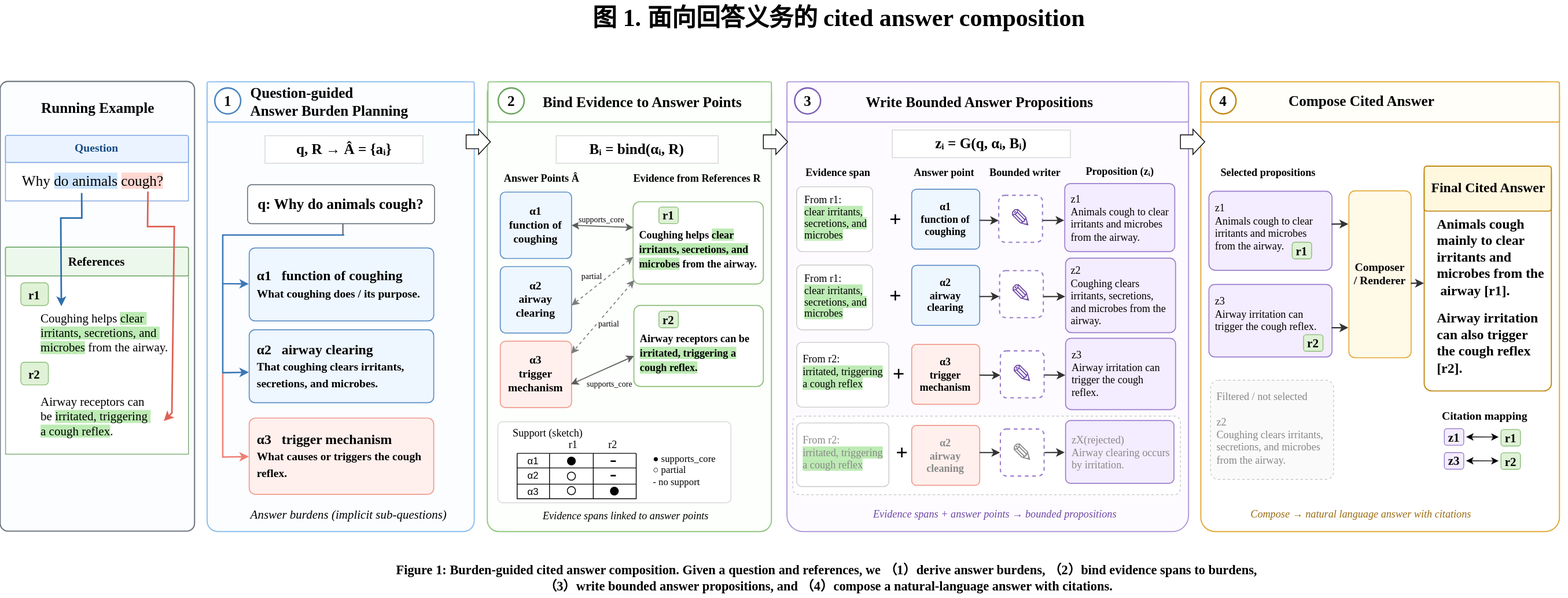
Earlier version of the draw.io export 7.22小论文方法逻辑图.drawio.svg (handsome-tony/picture). Source tidied: cells renumbered, new cells last; positions are measured from the earlier drawing's top-left corner, leaving out a move shared by most shapes.
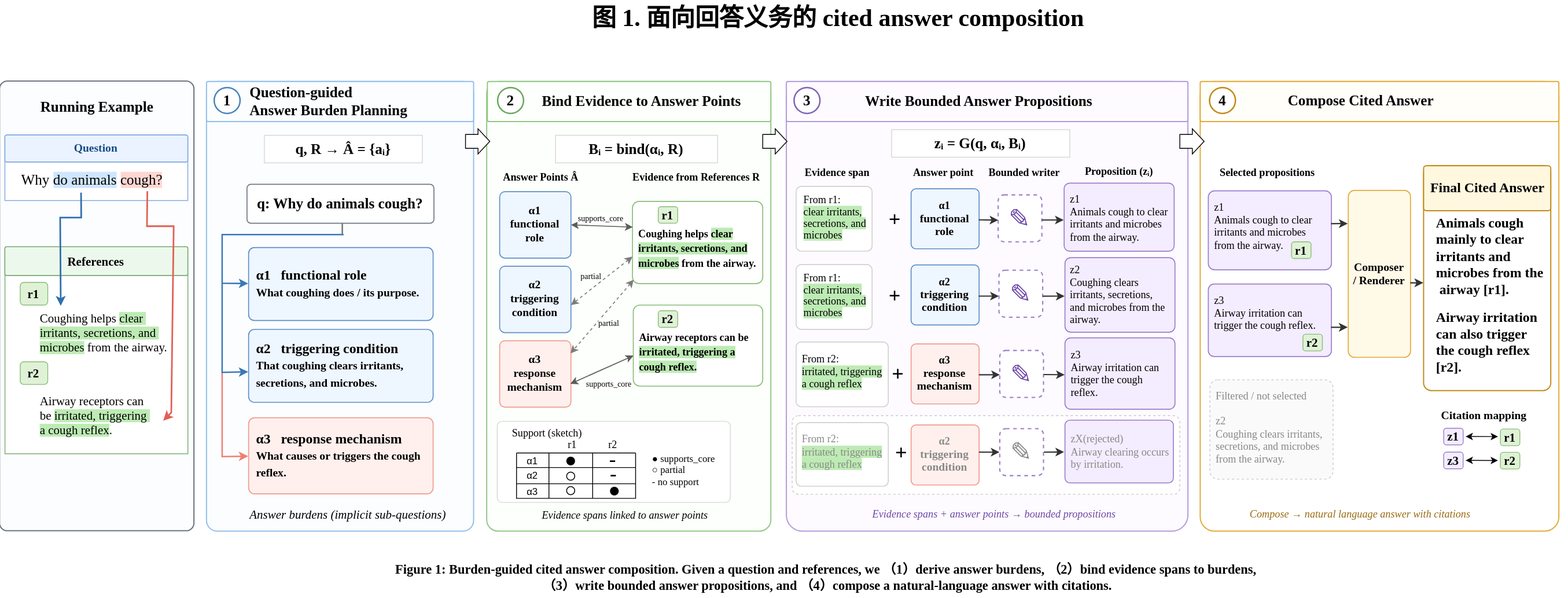
The same diagram one commit later.

Commit message:
更新7.22小论文方法逻辑图.drawio.svg

Diff of the diagram source:
```diff
@@ -87,13 +87,13 @@
     <mxCell id="25" value="q: Why do animals cough?" style="rounded=1;whiteSpace=wrap;html=1;arcSize=10;fillColor=#ffffff;strokeColor=#6f7780;strokeWidth=1.2;fontFamily=Times New Roman;fontSize=18;fontStyle=1;" parent="1" vertex="1">
       <mxGeometry x="305.2" y="227.5" width="230.8" height="48" as="geometry" />
     </mxCell>
-    <mxCell id="26" value="α1&amp;nbsp;&amp;nbsp; function of coughing&lt;br&gt;&lt;font style=&quot;font-size:14px&quot;&gt;What coughing does / its purpose.&lt;/font&gt;" style="rounded=1;whiteSpace=wrap;html=1;arcSize=8;fillColor=#eef6ff;strokeColor=#5d8ec7;strokeWidth=1.2;align=left;verticalAlign=middle;fontFamily=Times New Roman;fontSize=17;fontStyle=1;spacing=10;" parent="1" vertex="1">
+    <mxCell id="26" value="α1&amp;nbsp;&amp;nbsp; functional role&lt;br&gt;&lt;font style=&quot;font-size:14px&quot;&gt;What coughing does / its purpose.&lt;/font&gt;" style="rounded=1;whiteSpace=wrap;html=1;arcSize=8;fillColor=#eef6ff;strokeColor=#5d8ec7;strokeWidth=1.2;align=left;verticalAlign=middle;fontFamily=Times New Roman;fontSize=17;fontStyle=1;spacing=10;" parent="1" vertex="1">
       <mxGeometry x="307.2" y="305.5" width="227.8" height="90" as="geometry" />
     </mxCell>
-    <mxCell id="27" value="α2&amp;nbsp;&amp;nbsp; airway clearing&lt;br&gt;&lt;font style=&quot;font-size:14px&quot;&gt;That coughing clears irritants, secretions, and microbes.&lt;/font&gt;" style="rounded=1;whiteSpace=wrap;html=1;arcSize=8;fillColor=#eef6ff;strokeColor=#5d8ec7;strokeWidth=1.2;align=left;verticalAlign=middle;fontFamily=Times New Roman;fontSize=17;fontStyle=1;spacing=10;" parent="1" vertex="1">
+    <mxCell id="27" value="α2&amp;nbsp; &amp;nbsp;triggering condition&lt;br&gt;&lt;font style=&quot;font-size:14px&quot;&gt;That coughing clears irritants, secretions, and microbes.&lt;/font&gt;" style="rounded=1;whiteSpace=wrap;html=1;arcSize=8;fillColor=#eef6ff;strokeColor=#5d8ec7;strokeWidth=1.2;align=left;verticalAlign=middle;fontFamily=Times New Roman;fontSize=17;fontStyle=1;spacing=10;" parent="1" vertex="1">
       <mxGeometry x="307.2" y="406.5" width="227.8" height="90" as="geometry" />
     </mxCell>
-    <mxCell id="28" value="α3&amp;nbsp;&amp;nbsp; trigger mechanism&lt;br&gt;&lt;font style=&quot;font-size:14px&quot;&gt;What causes or triggers the cough reflex.&lt;/font&gt;" style="rounded=1;whiteSpace=wrap;html=1;arcSize=8;fillColor=#fff0ed;strokeColor=#f19a8d;strokeWidth=1.2;align=left;verticalAlign=middle;fontFamily=Times New Roman;fontSize=17;fontStyle=1;spacing=10;" parent="1" vertex="1">
+    <mxCell id="28" value="α3&amp;nbsp; &amp;nbsp;response mechanism&lt;br&gt;&lt;font style=&quot;font-size:14px&quot;&gt;What causes or triggers the cough reflex.&lt;/font&gt;" style="rounded=1;whiteSpace=wrap;html=1;arcSize=8;fillColor=#fff0ed;strokeColor=#f19a8d;strokeWidth=1.2;align=left;verticalAlign=middle;fontFamily=Times New Roman;fontSize=17;fontStyle=1;spacing=10;" parent="1" vertex="1">
       <mxGeometry x="307.2" y="515.5" width="227.8" height="94" as="geometry" />
     </mxCell>
     <mxCell id="29" value="&lt;font style=&quot;font-size: 15px;&quot;&gt;Answer burdens (implicit sub-questions)&lt;/font&gt;" style="text;html=1;strokeColor=none;fillColor=none;align=left;verticalAlign=middle;fontFamily=Times New Roman;fontSize=13;fontStyle=2;" parent="1" vertex="1">
@@ -131,13 +131,13 @@
     <mxCell id="37" value="Evidence from References R" style="text;html=1;strokeColor=none;fillColor=none;align=center;verticalAlign=middle;fontFamily=Times New Roman;fontSize=13;fontStyle=1;" parent="1" vertex="1">
       <mxGeometry x="785" y="206.5" width="150" height="24" as="geometry" />
     </mxCell>
-    <mxCell id="38" value="α1&lt;br&gt;function of&lt;br&gt;coughing" style="rounded=1;whiteSpace=wrap;html=1;arcSize=8;fillColor=#eef6ff;strokeColor=#5d8ec7;strokeWidth=1.2;fontFamily=Times New Roman;fontSize=14;fontStyle=1;" parent="1" vertex="1">
+    <mxCell id="38" value="α1&lt;br&gt;functional role" style="rounded=1;whiteSpace=wrap;html=1;arcSize=8;fillColor=#eef6ff;strokeColor=#5d8ec7;strokeWidth=1.2;fontFamily=Times New Roman;fontSize=14;fontStyle=1;" parent="1" vertex="1">
       <mxGeometry x="617.2" y="236.5" width="88" height="82" as="geometry" />
     </mxCell>
-    <mxCell id="39" value="α2&lt;br&gt;airway&lt;br&gt;clearing" style="rounded=1;whiteSpace=wrap;html=1;arcSize=8;fillColor=#eef6ff;strokeColor=#5d8ec7;strokeWidth=1.2;fontFamily=Times New Roman;fontSize=14;fontStyle=1;" parent="1" vertex="1">
+    <mxCell id="39" value="α2&lt;br&gt;triggering condition" style="rounded=1;whiteSpace=wrap;html=1;arcSize=8;fillColor=#eef6ff;strokeColor=#5d8ec7;strokeWidth=1.2;fontFamily=Times New Roman;fontSize=14;fontStyle=1;" parent="1" vertex="1">
       <mxGeometry x="617.2" y="328.5" width="88" height="82" as="geometry" />
     </mxCell>
-    <mxCell id="40" value="α3&lt;br&gt;trigger&lt;br&gt;mechanism" style="rounded=1;whiteSpace=wrap;html=1;arcSize=8;fillColor=#fff0ed;strokeColor=#f19a8d;strokeWidth=1.2;fontFamily=Times New Roman;fontSize=14;fontStyle=1;" parent="1" vertex="1">
+    <mxCell id="40" value="α3&lt;br&gt;response&lt;br&gt;mechanism" style="rounded=1;whiteSpace=wrap;html=1;arcSize=8;fillColor=#fff0ed;strokeColor=#f19a8d;strokeWidth=1.2;fontFamily=Times New Roman;fontSize=14;fontStyle=1;" parent="1" vertex="1">
       <mxGeometry x="617.2" y="420.5" width="88" height="82" as="geometry" />
     </mxCell>
     <mxCell id="41" value="&lt;br&gt;&lt;font style=&quot;font-size:13px&quot;&gt;Coughing helps &lt;font style=&quot;background-color: rgb(189, 235, 180);&quot;&gt;clear irritants, secretions, and microbes&lt;/font&gt; from the airway.&lt;/font&gt;" style="rounded=1;whiteSpace=wrap;html=1;arcSize=8;fillColor=#FFFFFF;strokeColor=#8abc77;strokeWidth=1.2;align=left;verticalAlign=top;fontFamily=Times New Roman;fontSize=15;fontStyle=1;spacing=8;" parent="1" vertex="1">
@@ -195,7 +195,7 @@
     <mxCell id="57" style="rounded=1;whiteSpace=wrap;html=1;arcSize=8;fillColor=#ffffff;strokeColor=#c9c9c9;fontFamily=Times New Roman;fontSize=13;align=left;verticalAlign=top;spacing=8;" parent="1" vertex="1">
       <mxGeometry x="983.2" y="230" width="93.8" height="80" as="geometry" />
     </mxCell>
-    <mxCell id="58" value="α1&lt;br&gt;function of&lt;br&gt;coughing" style="rounded=1;whiteSpace=wrap;html=1;arcSize=8;fillColor=#eef6ff;strokeColor=#5d8ec7;strokeWidth=1.2;fontFamily=Times New Roman;fontSize=13;fontStyle=1;" parent="1" vertex="1">
+    <mxCell id="58" value="α1&lt;br&gt;&lt;span style=&quot;font-size: 14px;&quot;&gt;functional role&lt;/span&gt;" style="rounded=1;whiteSpace=wrap;html=1;arcSize=8;fillColor=#eef6ff;strokeColor=#5d8ec7;strokeWidth=1.2;fontFamily=Times New Roman;fontSize=13;fontStyle=1;" parent="1" vertex="1">
       <mxGeometry x="1125.2" y="233" width="84" height="74" as="geometry" />
     </mxCell>
     <mxCell id="59" value="✎" style="rounded=1;whiteSpace=wrap;html=1;arcSize=14;dashed=1;fillColor=#ffffff;strokeColor=#9b7dcc;strokeWidth=1.5;fontFamily=Arial;fontSize=32;fontColor=#6c46a6;" parent="1" vertex="1">
@@ -204,7 +204,7 @@
     <mxCell id="60" style="rounded=1;whiteSpace=wrap;html=1;arcSize=8;fillColor=#f4ecff;strokeColor=#9b7dcc;strokeWidth=1.2;align=left;verticalAlign=top;fontFamily=Times New Roman;fontSize=13;spacing=8;" parent="1" vertex="1">
       <mxGeometry x="1314.2" y="226" width="135.8" height="84" as="geometry" />
     </mxCell>
-    <mxCell id="61" value="α2&lt;br&gt;airway&lt;br&gt;clearing" style="rounded=1;whiteSpace=wrap;html=1;arcSize=8;fillColor=#eef6ff;strokeColor=#5d8ec7;strokeWidth=1.2;fontFamily=Times New Roman;fontSize=13;fontStyle=1;" parent="1" vertex="1">
+    <mxCell id="61" value="α2&lt;br&gt;&lt;span style=&quot;font-size: 14px;&quot;&gt;triggering condition&lt;/span&gt;" style="rounded=1;whiteSpace=wrap;html=1;arcSize=8;fillColor=#eef6ff;strokeColor=#5d8ec7;strokeWidth=1.2;fontFamily=Times New Roman;fontSize=13;fontStyle=1;" parent="1" vertex="1">
       <mxGeometry x="1125.2" y="327" width="84" height="74" as="geometry" />
     </mxCell>
     <mxCell id="62" value="✎" style="rounded=1;whiteSpace=wrap;html=1;arcSize=14;dashed=1;fillColor=#ffffff;strokeColor=#9b7dcc;strokeWidth=1.5;fontFamily=Arial;fontSize=32;fontColor=#6c46a6;" parent="1" vertex="1">
@@ -216,7 +216,7 @@
     <mxCell id="64" value="From r2:&lt;br&gt;&lt;font style=&quot;background-color:#bdebb4&quot;&gt;irritated, triggering&lt;br&gt;a cough reflex&lt;/font&gt;" style="rounded=1;whiteSpace=wrap;html=1;arcSize=8;fillColor=#ffffff;strokeColor=#c9c9c9;fontFamily=Times New Roman;fontSize=13;align=left;verticalAlign=top;spacing=8;" parent="1" vertex="1">
       <mxGeometry x="983.2" y="422" width="113.8" height="80" as="geometry" />
     </mxCell>
-    <mxCell id="65" value="α3&lt;br&gt;trigger&lt;br&gt;mechanism" style="rounded=1;whiteSpace=wrap;html=1;arcSize=8;fillColor=#fff0ed;strokeColor=#f19a8d;strokeWidth=1.2;fontFamily=Times New Roman;fontSize=13;fontStyle=1;" parent="1" vertex="1">
+    <mxCell id="65" value="α3&lt;br&gt;&lt;span style=&quot;font-size: 14px;&quot;&gt;response&lt;/span&gt;&lt;br style=&quot;font-size: 14px;&quot;&gt;&lt;span style=&quot;font-size: 14px;&quot;&gt;mechanism&lt;/span&gt;" style="rounded=1;whiteSpace=wrap;html=1;arcSize=8;fillColor=#fff0ed;strokeColor=#f19a8d;strokeWidth=1.2;fontFamily=Times New Roman;fontSize=13;fontStyle=1;" parent="1" vertex="1">
       <mxGeometry x="1125.2" y="424.5" width="84" height="74" as="geometry" />
     </mxCell>
     <mxCell id="66" value="✎" style="rounded=1;whiteSpace=wrap;html=1;arcSize=14;dashed=1;fillColor=#ffffff;strokeColor=#9b7dcc;strokeWidth=1.5;fontFamily=Arial;fontSize=32;fontColor=#6c46a6;" parent="1" vertex="1">
@@ -402,7 +402,7 @@
     <mxCell id="120" value="&lt;span style=&quot;color: rgb(0, 0, 0); font-family: &amp;quot;Times New Roman&amp;quot;; font-style: normal; font-variant-ligatures: normal; font-variant-caps: normal; font-weight: 400; letter-spacing: normal; orphans: 2; text-align: center; text-indent: 0px; text-transform: none; widows: 2; word-spacing: 0px; -webkit-text-stroke-width: 0px; white-space: normal; text-decoration-thickness: initial; text-decoration-style: initial; text-decoration-color: initial; float: none; display: inline !important;&quot;&gt;&lt;font style=&quot;font-size: 25px;&quot;&gt;-&lt;/font&gt;&lt;/span&gt;" style="text;whiteSpace=wrap;html=1;" parent="1" vertex="1">
       <mxGeometry x="751.3" y="563" width="20" height="20" as="geometry" />
     </mxCell>
-    <mxCell id="121" value="α2&lt;br&gt;airway&lt;br&gt;cleaning" style="rounded=1;whiteSpace=wrap;html=1;arcSize=8;fillColor=#fff0ed;strokeColor=#f19a8d;strokeWidth=1.2;fontFamily=Times New Roman;fontSize=13;fontStyle=1;fontColor=#888888;" parent="1" vertex="1">
+    <mxCell id="121" value="α2&lt;br&gt;&lt;span style=&quot;font-size: 14px;&quot;&gt;triggering condition&lt;/span&gt;" style="rounded=1;whiteSpace=wrap;html=1;arcSize=8;fillColor=#fff0ed;strokeColor=#f19a8d;strokeWidth=1.2;fontFamily=Times New Roman;fontSize=13;fontStyle=1;fontColor=#888888;" parent="1" vertex="1">
       <mxGeometry x="1125.2" y="524.5" width="84" height="74" as="geometry" />
     </mxCell>
     <mxCell id="122" value="✎" style="rounded=1;whiteSpace=wrap;html=1;arcSize=14;dashed=1;fillColor=#ffffff;strokeColor=#9b7dcc;strokeWidth=1.5;fontFamily=Arial;fontSize=32;fontColor=#888888;" parent="1" vertex="1">
```
